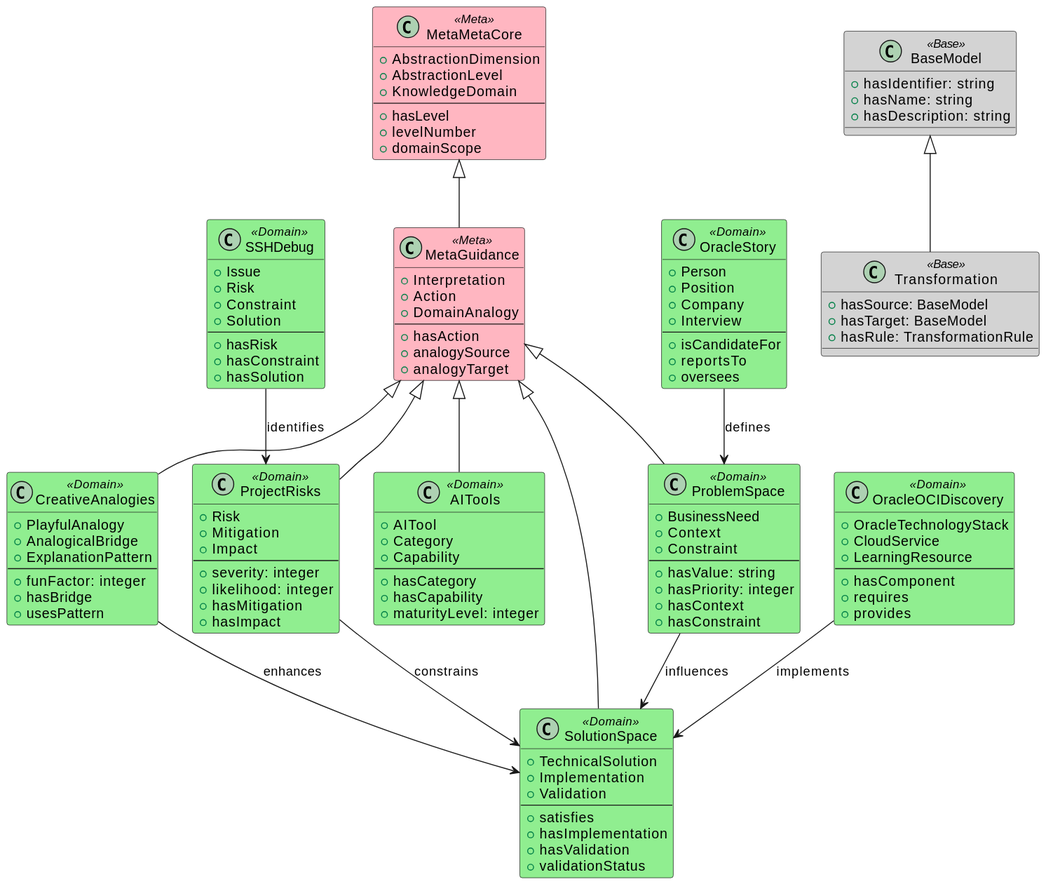
This is ontology-framework.svg from louspringer/ontology-framework, a PlantUML export, as it was before one commit.
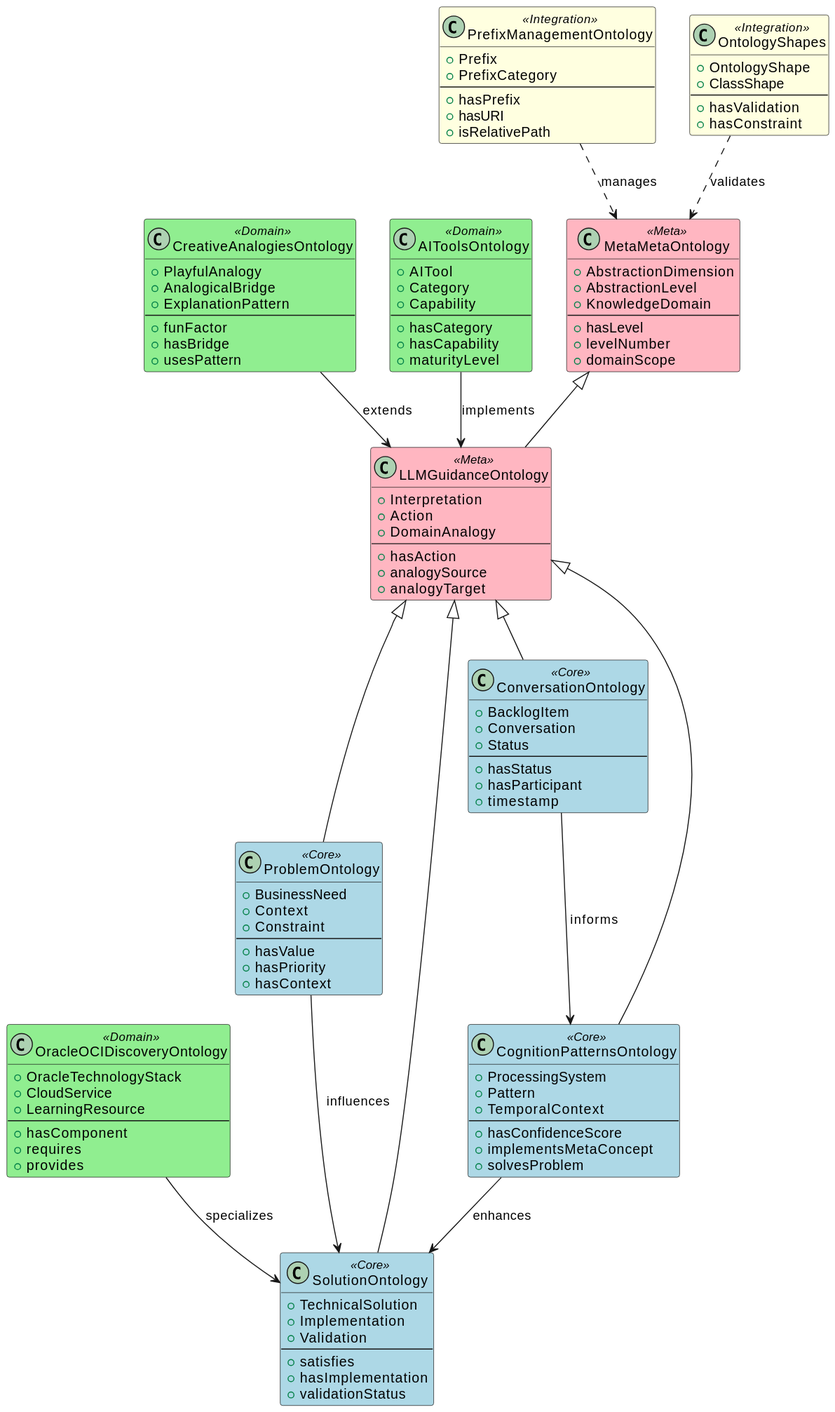
Above is the later version.

Commit message:
📊 Update framework architecture diagram

- Reflect current ontology structure\n- Add integration layer\n- Update relationships between components\n- Improve visual organization\n- Fix PlantUML title for consistent file naming

Diff of the diagram source:
```diff
@@ -1,12 +1,13 @@
 @startuml
 skinparam class {
+    BackgroundColor<<Meta>> LightPink
     BackgroundColor<<Core>> LightBlue
     BackgroundColor<<Domain>> LightGreen
-    BackgroundColor<<Meta>> LightPink
     BackgroundColor<<Base>> LightGray
+    BackgroundColor<<Integration>> LightYellow
 }
 
-class MetaMetaCore <<Meta>> {
+class MetaMetaOntology <<Meta>> {
     + AbstractionDimension
     + AbstractionLevel
     + KnowledgeDomain
@@ -16,7 +17,7 @@
     + domainScope
 }
 
-class MetaGuidance <<Meta>> {
+class LLMGuidanceOntology <<Meta>> {
     + Interpretation
     + Action
     + DomainAnalogy
@@ -26,94 +27,67 @@
     + analogyTarget
 }
 
-class BaseModel <<Base>> {
-    + hasIdentifier: string
-    + hasName: string
-    + hasDescription: string
-}
-
-class Transformation <<Base>> {
-    + hasSource: BaseModel
-    + hasTarget: BaseModel
-    + hasRule: TransformationRule
-}
-
-class ProblemSpace <<Domain>> {
+class ProblemOntology <<Core>> {
     + BusinessNeed
     + Context
     + Constraint
     --
-    + hasValue: string
-    + hasPriority: integer
+    + hasValue
+    + hasPriority
     + hasContext
-    + hasConstraint
 }
 
-class SolutionSpace <<Domain>> {
+class SolutionOntology <<Core>> {
     + TechnicalSolution
     + Implementation
     + Validation
     --
     + satisfies
     + hasImplementation
-    + hasValidation
     + validationStatus
 }
 
-class ProjectRisks <<Domain>> {
-    + Risk
-    + Mitigation
-    + Impact
+class ConversationOntology <<Core>> {
+    + BacklogItem
+    + Conversation
+    + Status
     --
-    + severity: integer
-    + likelihood: integer
-    + hasMitigation
-    + hasImpact
+    + hasStatus
+    + hasParticipant
+    + timestamp
 }
 
-class CreativeAnalogies <<Domain>> {
+class CognitionPatternsOntology <<Core>> {
+    + ProcessingSystem
+    + Pattern
+    + TemporalContext
+    --
+    + hasConfidenceScore
+    + implementsMetaConcept
+    + solvesProblem
+}
+
+class CreativeAnalogiesOntology <<Domain>> {
     + PlayfulAnalogy
     + AnalogicalBridge
     + ExplanationPattern
     --
-    + funFactor: integer
+    + funFactor
     + hasBridge
     + usesPattern
 }
 
-class AITools <<Domain>> {
+class AIToolsOntology <<Domain>> {
     + AITool
     + Category
     + Capability
     --
     + hasCategory
     + hasCapability
-    + maturityLevel: integer
+    + maturityLevel
 }
 
-class OracleStory <<Domain>> {
-    + Person
-    + Position
-    + Company
-    + Interview
-    --
-    + isCandidateFor
-    + reportsTo
-    + oversees
-}
-
-class SSHDebug <<Domain>> {
-    + Issue
-    + Risk
-    + Constraint
-    + Solution
-    --
-    + hasRisk
-    + hasConstraint
-    + hasSolution
-}
-
-class OracleOCIDiscovery <<Domain>> {
+class OracleOCIDiscoveryOntology <<Domain>> {
     + OracleTechnologyStack
     + CloudService
     + LearningResource
@@ -123,19 +97,37 @@
     + provides
 }
 
-MetaMetaCore <|-- MetaGuidance
-BaseModel <|-- Transformation
-MetaGuidance <|-- ProblemSpace
-MetaGuidance <|-- SolutionSpace
-MetaGuidance <|-- ProjectRisks
-MetaGuidance <|-- CreativeAnalogies
-MetaGuidance <|-- AITools
+class PrefixManagementOntology <<Integration>> {
+    + Prefix
+    + PrefixCategory
+    --
+    + hasPrefix
+    + hasURI
+    + isRelativePath
+}
 
-ProblemSpace --> SolutionSpace : influences
-ProjectRisks --> SolutionSpace : constrains
-CreativeAnalogies --> SolutionSpace : enhances
+class OntologyShapes <<Integration>> {
+    + OntologyShape
+    + ClassShape
+    --
+    + hasValidation
+    + hasConstraint
+}
 
-OracleStory --> ProblemSpace : defines
-OracleOCIDiscovery --> SolutionSpace : implements
-SSHDebug --> ProjectRisks : identifies
+MetaMetaOntology <|-- LLMGuidanceOntology
+LLMGuidanceOntology <|-- ProblemOntology
+LLMGuidanceOntology <|-- SolutionOntology
+LLMGuidanceOntology <|-- ConversationOntology
+LLMGuidanceOntology <|-- CognitionPatternsOntology
+
+ProblemOntology --> SolutionOntology : influences
+CognitionPatternsOntology --> SolutionOntology : enhances
+ConversationOntology --> CognitionPatternsOntology : informs
+
+CreativeAnalogiesOntology --> LLMGuidanceOntology : extends
+AIToolsOntology --> LLMGuidanceOntology : implements
+OracleOCIDiscoveryOntology --> SolutionOntology : specializes
+
+PrefixManagementOntology ..> MetaMetaOntology : manages
+OntologyShapes ..> MetaMetaOntology : validates
 @enduml
```
